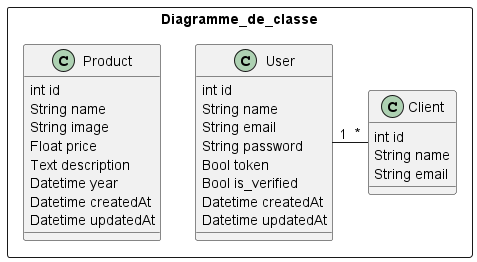
Above: diagrammeUml/class.png in nbahire/Projet7_api (PlantUML), before the change.
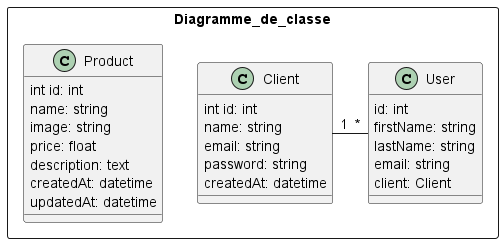
The same diagram one commit later.

The edit, as a diff of the source:
```diff
@@ -2,34 +2,32 @@
 
 rectangle  Diagramme_de_classe  {
 
-    class Client {
-        int id
-        String name
-        String email
+    class User {
+        id: int
+        firstName: string
+        lastName: string
+        email: string
+        client: Client
     }
 
-    class User {
-        int id
-        String name
-        String email
-        String password
-        Bool token
-        Bool is_verified
-        Datetime createdAt
-        Datetime updatedAt
-    }
+    class Client {
+        int id: int
+        name: string
+        email: string
+        password: string
+        createdAt: datetime
+   }
 
-    Client "*"-left- "1"  User
+     User "*"-left- "1"  Client
 
     class Product {
-        int id
-        String name
-        String image
-        Float price
-        Text description
-        Datetime year
-        Datetime createdAt
-        Datetime updatedAt
+        int id: int
+        name: string
+        image: string
+        price: float
+        description: text
+        createdAt: datetime
+        updatedAt: datetime
     }
 
 }
```
